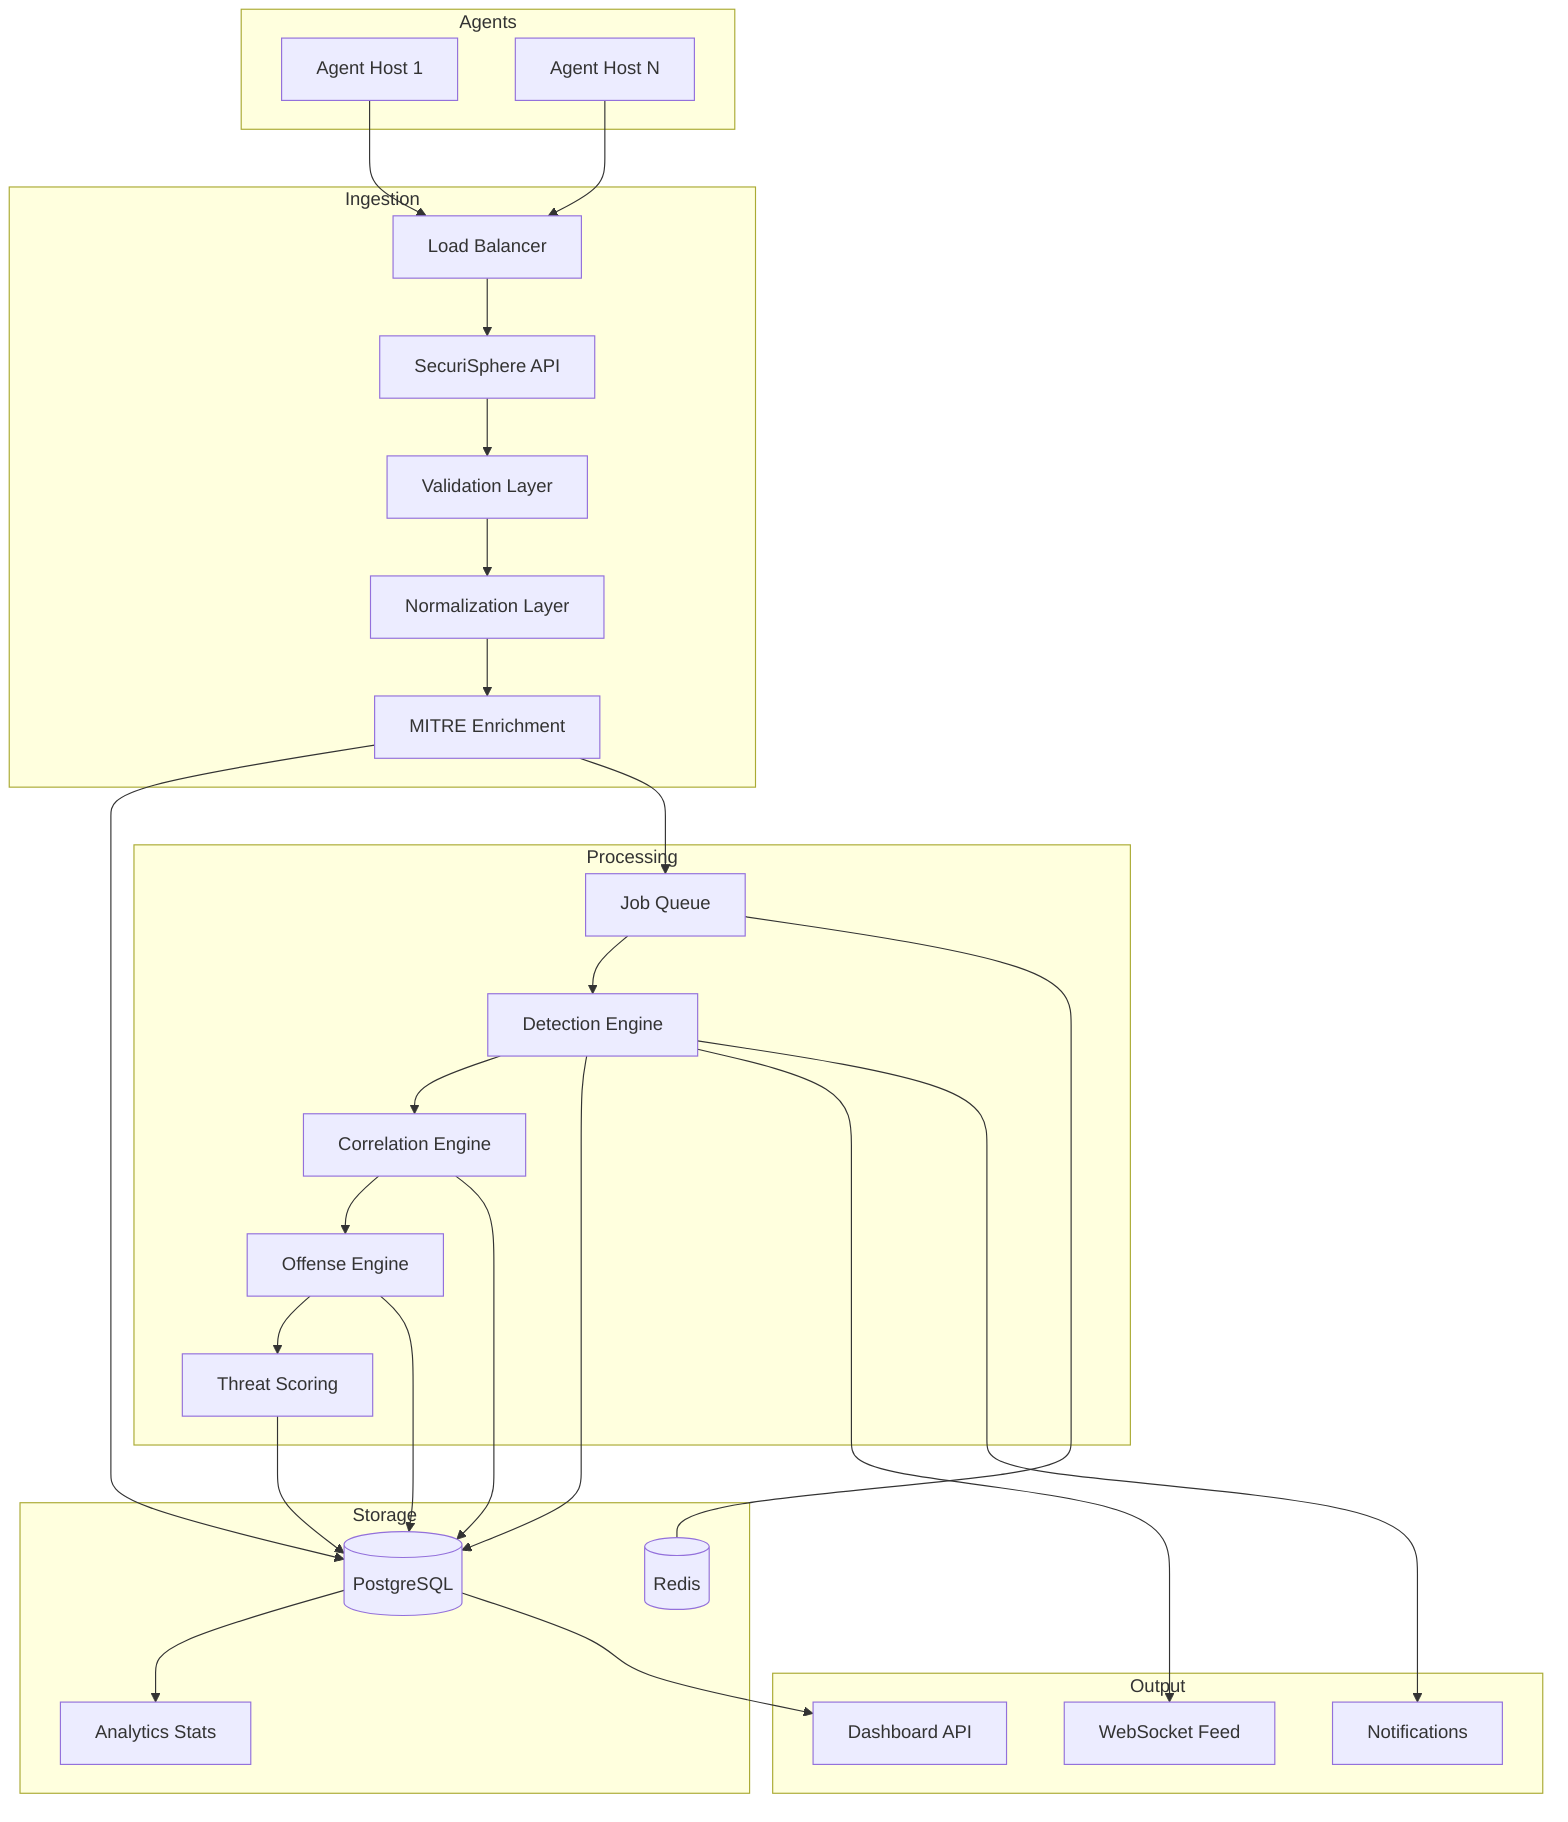
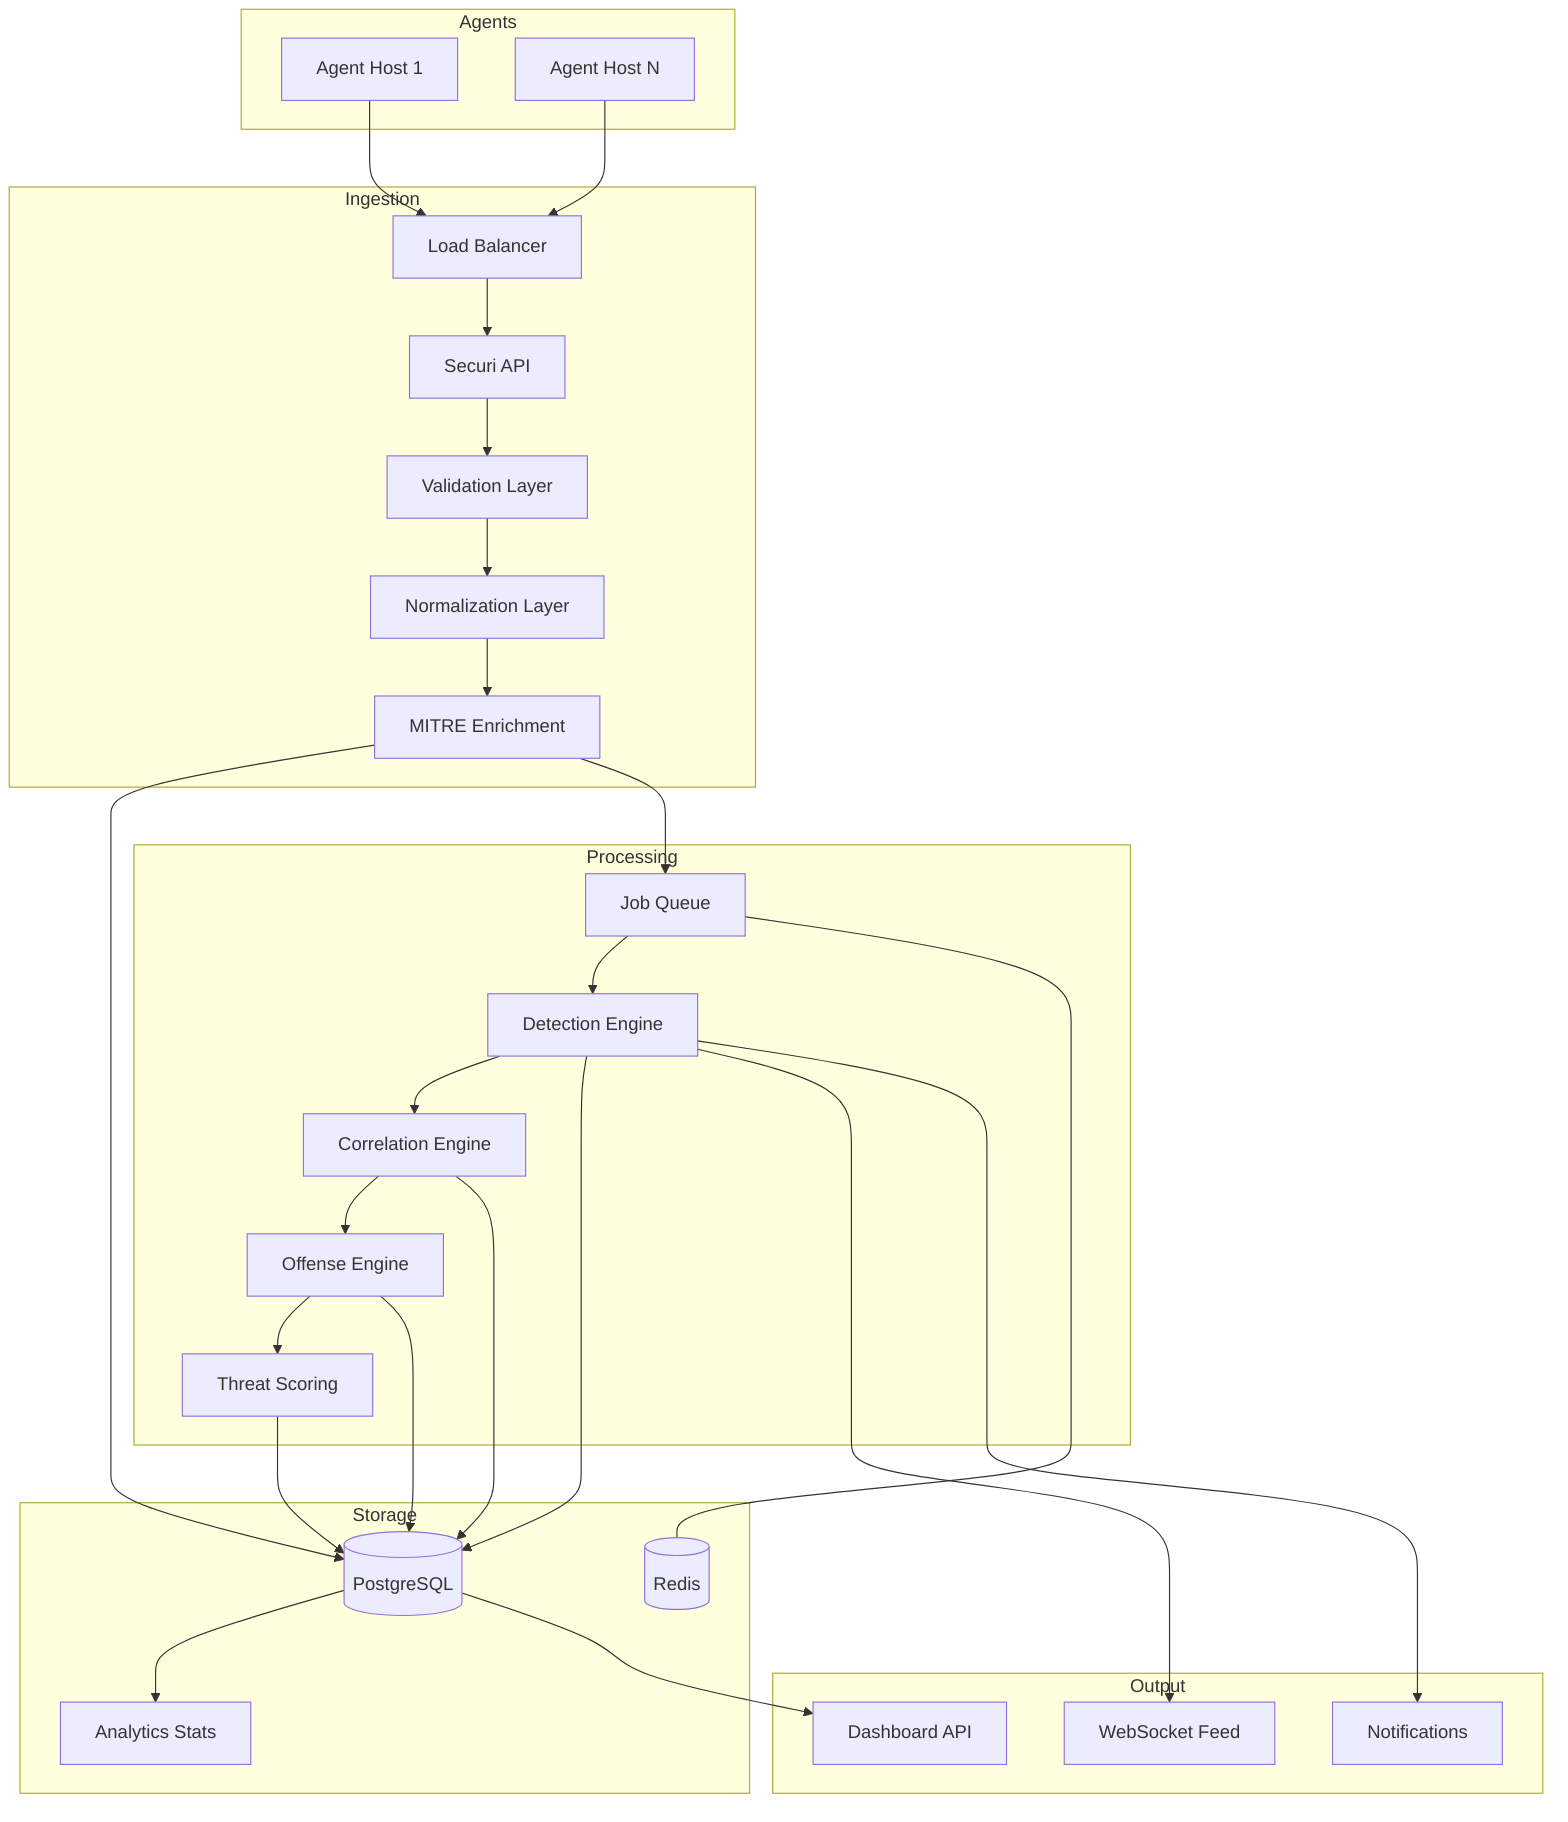
graph TB
    subgraph Agents
        A1[Agent Host 1]
        A2[Agent Host N]
    end

    subgraph Ingestion
        LB[Load Balancer]
-         API[SecuriSphere API]
+         API[Securi API]
        VAL[Validation Layer]
        NORM[Normalization Layer]
        ENR[MITRE Enrichment]
    end

    subgraph Processing
        JQ[Job Queue]
        DET[Detection Engine]
        COR[Correlation Engine]
        OFF[Offense Engine]
        SCR[Threat Scoring]
    end

    subgraph Storage
        PG[(PostgreSQL)]
        REDIS[(Redis)]
        ANAL[Analytics Stats]
    end

    subgraph Output
        WS[WebSocket Feed]
        NOTIF[Notifications]
        DASH[Dashboard API]
    end

    A1 --> LB
    A2 --> LB
    LB --> API
    API --> VAL --> NORM --> ENR --> PG
    ENR --> JQ
    JQ --> DET --> COR --> OFF --> SCR
    DET --> PG
    COR --> PG
    OFF --> PG
    SCR --> PG
    JQ --- REDIS
    PG --> ANAL
    DET --> WS
    DET --> NOTIF
    PG --> DASH
